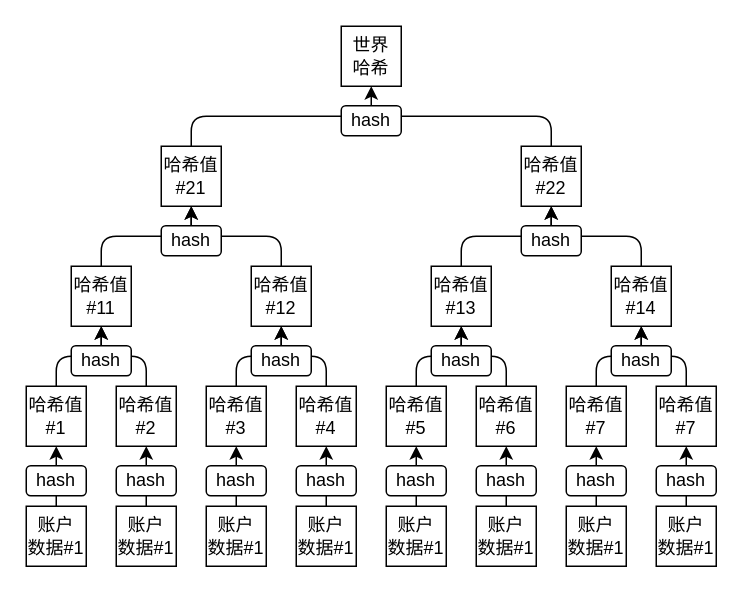
This is page "World" (5 of 8) of draw/ch07.drawio from zxh0/blockchain-book, a draw.io file, before an edit. Source tidied: cells renumbered, new cells numbered last; positions are measured from the earlier drawing's top-left corner, leaving out a move shared by most shapes. Both pictures are drawn from the tidied source at 150%, with x=0, y=0 at pixel (26, 26).
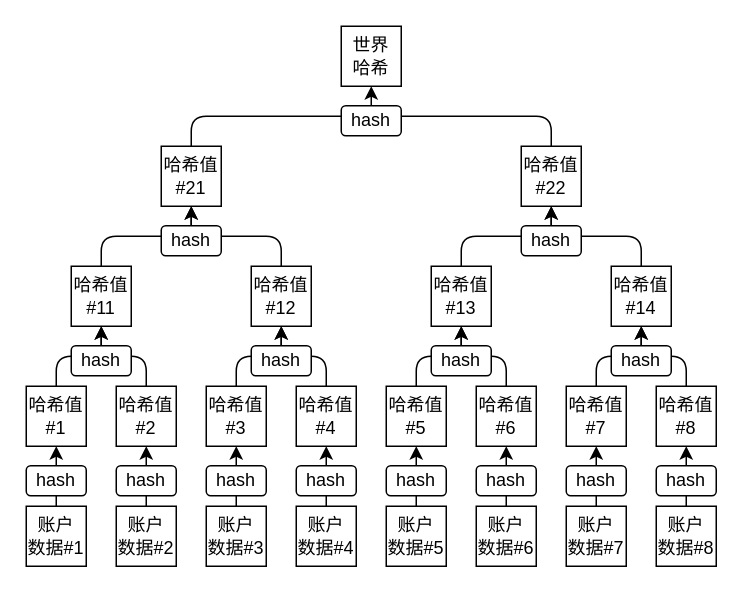
The same page after the edit.

The edit, as a diff of the source:
```diff
@@
-    <mxCell id="17" value="哈希值#7" style="rounded=0;whiteSpace=wrap;html=1;" parent="1" vertex="1">
+    <mxCell id="17" value="哈希值#8" style="rounded=0;whiteSpace=wrap;html=1;" parent="1" vertex="1">
       <mxGeometry x="420" y="240" width="40" height="40" as="geometry" />
     </mxCell>
@@
-    <mxCell id="42" value="账户&lt;br&gt;数据#1" style="rounded=0;whiteSpace=wrap;html=1;" parent="1" vertex="1">
+    <mxCell id="42" value="账户&lt;br&gt;数据#2" style="rounded=0;whiteSpace=wrap;html=1;" parent="1" vertex="1">
       <mxGeometry x="60" y="320" width="40" height="40" as="geometry" />
     </mxCell>
@@
-    <mxCell id="44" value="账户&lt;br&gt;数据#1" style="rounded=0;whiteSpace=wrap;html=1;" parent="1" vertex="1">
+    <mxCell id="44" value="账户&lt;br&gt;数据#3" style="rounded=0;whiteSpace=wrap;html=1;" parent="1" vertex="1">
       <mxGeometry x="120" y="320" width="40" height="40" as="geometry" />
     </mxCell>
@@
-    <mxCell id="46" value="账户&lt;br&gt;数据#1" style="rounded=0;whiteSpace=wrap;html=1;" parent="1" vertex="1">
+    <mxCell id="46" value="账户&lt;br&gt;数据#4" style="rounded=0;whiteSpace=wrap;html=1;" parent="1" vertex="1">
       <mxGeometry x="180" y="320" width="40" height="40" as="geometry" />
     </mxCell>
@@
-    <mxCell id="48" value="账户&lt;br&gt;数据#1" style="rounded=0;whiteSpace=wrap;html=1;" parent="1" vertex="1">
+    <mxCell id="48" value="账户&lt;br&gt;数据#5" style="rounded=0;whiteSpace=wrap;html=1;" parent="1" vertex="1">
       <mxGeometry x="240" y="320" width="40" height="40" as="geometry" />
     </mxCell>
@@
-    <mxCell id="50" value="账户&lt;br&gt;数据#1" style="rounded=0;whiteSpace=wrap;html=1;" parent="1" vertex="1">
+    <mxCell id="50" value="账户&lt;br&gt;数据#6" style="rounded=0;whiteSpace=wrap;html=1;" parent="1" vertex="1">
       <mxGeometry x="300" y="320" width="40" height="40" as="geometry" />
     </mxCell>
@@
-    <mxCell id="52" value="账户&lt;br&gt;数据#1" style="rounded=0;whiteSpace=wrap;html=1;" parent="1" vertex="1">
+    <mxCell id="52" value="账户&lt;br&gt;数据#7" style="rounded=0;whiteSpace=wrap;html=1;" parent="1" vertex="1">
       <mxGeometry x="360" y="320" width="40" height="40" as="geometry" />
     </mxCell>
@@
-    <mxCell id="54" value="账户&lt;br&gt;数据#1" style="rounded=0;whiteSpace=wrap;html=1;" parent="1" vertex="1">
+    <mxCell id="54" value="账户&lt;br&gt;数据#8" style="rounded=0;whiteSpace=wrap;html=1;" parent="1" vertex="1">
       <mxGeometry x="420" y="320" width="40" height="40" as="geometry" />
     </mxCell>
```
